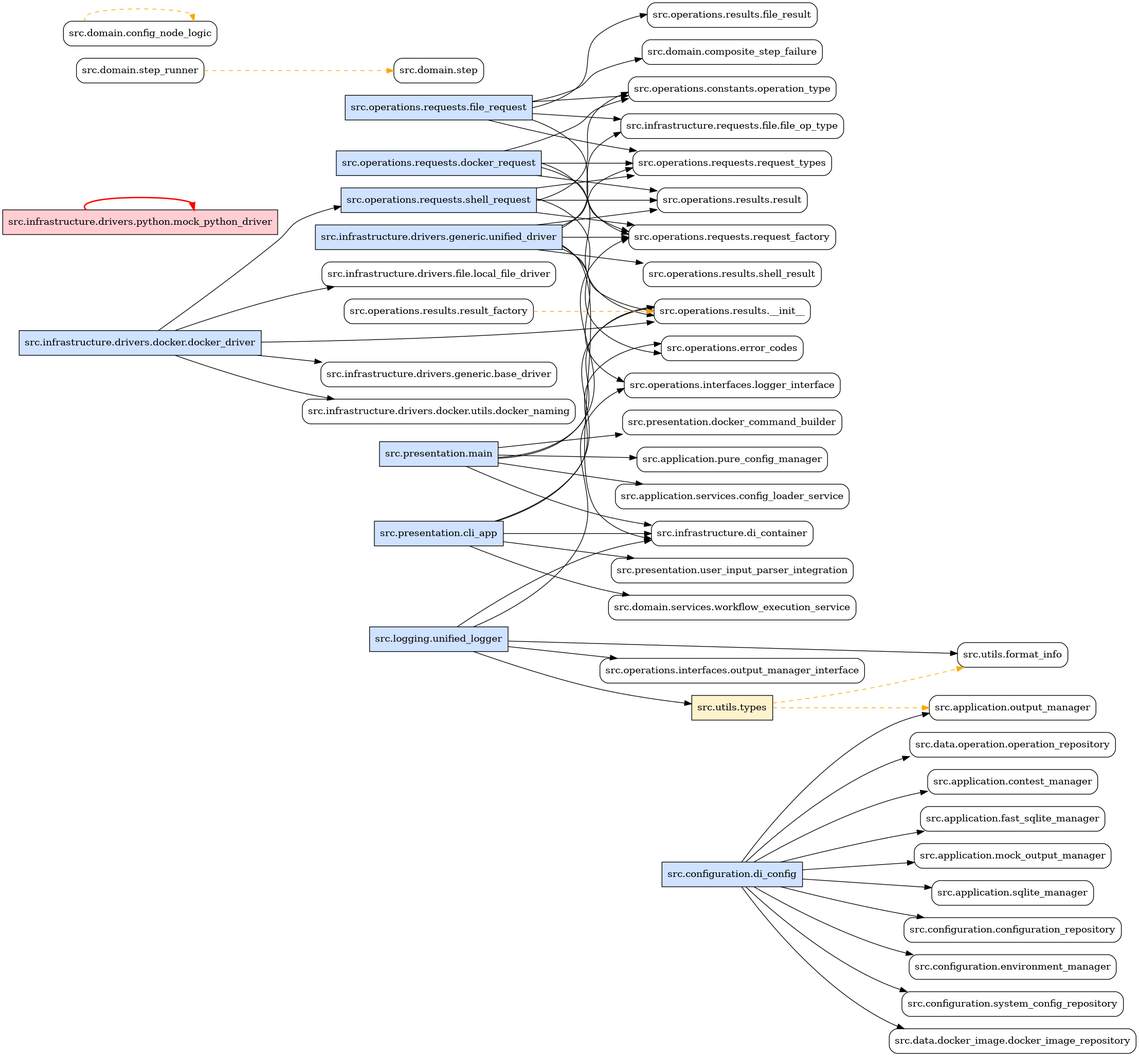
This is src_check/dependency_graph.png from sugipamo/project-cph, a Graphviz export, as it was before one commit. Its source is kept beside it as src_check/dependency_graph.dot.
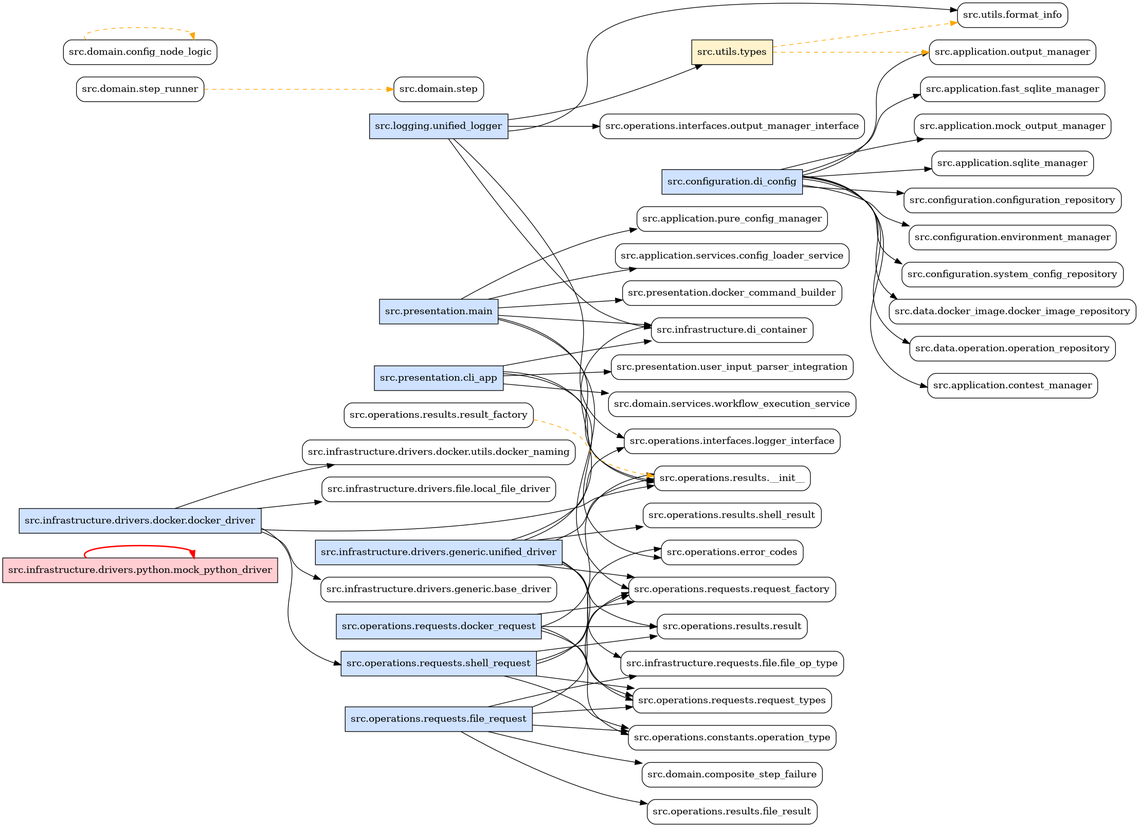
Later version of the same file.

The edit, as a diff of the source:
```diff
@@ -2,17 +2,17 @@
   rankdir=LR;
   node [shape=box, style=rounded];
 
+  "src.infrastructure.drivers.python.mock_python_driver" [fillcolor="#ffcdd2", style=filled];
+  "src.infrastructure.drivers.generic.unified_driver" [fillcolor="#cfe2ff", style=filled];
+  "src.operations.requests.shell_request" [fillcolor="#cfe2ff", style=filled];
+  "src.configuration.di_config" [fillcolor="#cfe2ff", style=filled];
+  "src.logging.unified_logger" [fillcolor="#cfe2ff", style=filled];
+  "src.operations.requests.docker_request" [fillcolor="#cfe2ff", style=filled];
+  "src.operations.requests.file_request" [fillcolor="#cfe2ff", style=filled];
+  "src.presentation.main" [fillcolor="#cfe2ff", style=filled];
   "src.infrastructure.drivers.docker.docker_driver" [fillcolor="#cfe2ff", style=filled];
-  "src.presentation.main" [fillcolor="#cfe2ff", style=filled];
   "src.presentation.cli_app" [fillcolor="#cfe2ff", style=filled];
-  "src.operations.requests.file_request" [fillcolor="#cfe2ff", style=filled];
-  "src.infrastructure.drivers.python.mock_python_driver" [fillcolor="#ffcdd2", style=filled];
-  "src.operations.requests.shell_request" [fillcolor="#cfe2ff", style=filled];
-  "src.operations.requests.docker_request" [fillcolor="#cfe2ff", style=filled];
   "src.utils.types" [fillcolor="#fff3cd", style=filled];
-  "src.infrastructure.drivers.generic.unified_driver" [fillcolor="#cfe2ff", style=filled];
-  "src.logging.unified_logger" [fillcolor="#cfe2ff", style=filled];
-  "src.configuration.di_config" [fillcolor="#cfe2ff", style=filled];
 
   "src.presentation.main" -> "src.application.pure_config_manager";
   "src.presentation.main" -> "src.application.services.config_loader_service";
```
